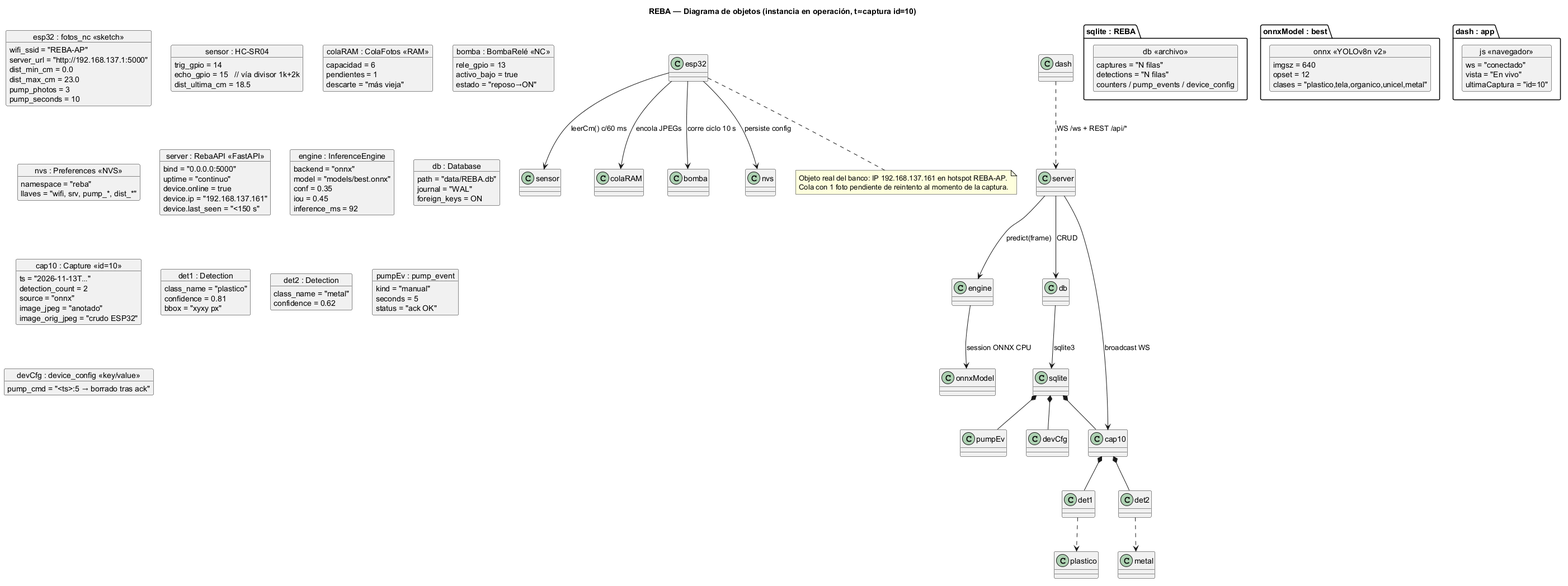
Earlier version of the PlantUML export docs/diagramas/uml/02_diagrama_objetos.png (SebasHdez2006/reba_project). The source it was exported from:
```plantuml
@startuml 02_diagrama_objetos
title REBA — Diagrama de objetos (instancia en operación, t≈captura id=10)

skinparam classAttributeIconSize 0

object "esp32 : fotos_nc «sketch»" {
  wifi_ssid = "REBA-AP"
  server_url = "http://192.168.137.1:5000"
  dist_min_cm = 0.0
  dist_max_cm = 23.0
  pump_photos = 3
  pump_seconds = 10
}
object "sensor : HC-SR04" {
  trig_gpio = 14
  echo_gpio = 15   // vía divisor 1k+2k
  dist_ultima_cm = 18.5
}
object "colaRAM : ColaFotos «RAM»" {
  capacidad = 6
  pendientes = 1
  descarte = "más vieja"
}
object "bomba : BombaRelé «NC»" {
  rele_gpio = 13
  activo_bajo = true
  estado = "reposo→ON"
}
object "nvs : Preferences «NVS»" {
  namespace = "reba"
  llaves = "wifi, srv, pump_*, dist_*"
}

esp32 --> sensor : leerCm() c/60 ms
esp32 --> colaRAM : encola JPEGs
esp32 --> bomba : corre ciclo 10 s
esp32 --> nvs : persiste config

object "server : RebaAPI «FastAPI»" {
  bind = "0.0.0.0:5000"
  uptime = "continuo"
  device.online = true
  device.ip = "192.168.137.161"
  device.last_seen = "<150 s"
}
object "engine : InferenceEngine" {
  backend = "onnx"
  model = "models/best.onnx"
  conf = 0.35
  iou = 0.45
  inference_ms = 92
}
object "db : Database" {
  path = "data/REBA.db"
  journal = "WAL"
  foreign_keys = ON
}
object "sqlite : REBA.db «archivo»" {
  captures = "N filas"
  detections = "N filas"
  counters / pump_events / device_config
}
object "onnxModel : best.onnx «YOLOv8n v2»" {
  imgsz = 640
  opset = 12
  clases = "plastico,tela,organico,unicel,metal"
}

server --> engine : predict(frame)
server --> db : CRUD
engine --> onnxModel : session ONNX CPU
db --> sqlite : sqlite3

object "cap10 : Capture «id=10»" {
  ts = "2026-11-13T…"
  detection_count = 2
  source = "onnx"
  image_jpeg = "anotado"
  image_orig_jpeg = "crudo ESP32"
}
object "det1 : Detection" {
  class_name = "plastico"
  confidence = 0.81
  bbox = "xyxy px"
}
object "det2 : Detection" {
  class_name = "metal"
  confidence = 0.62
}
object "pumpEv : pump_event" {
  kind = "manual"
  seconds = 5
  status = "ack OK"
}
object "devCfg : device_config «key/value»" {
  pump_cmd = "<ts>:5 → borrado tras ack"
}

cap10 *-- det1
cap10 *-- det2
det1 ..> "plastico"
det2 ..> "metal"
sqlite *-- cap10
sqlite *-- pumpEv
sqlite *-- devCfg
server --> cap10 : broadcast WS

object "dash : app.js «navegador»" {
  ws = "conectado"
  vista = "En vivo"
  ultimaCaptura = "id=10"
}
dash ..> server : WS /ws + REST /api/*

note bottom of esp32
  Objeto real del banco: IP 192.168.137.161 en hotspot REBA-AP.
  Cola con 1 foto pendiente de reintento al momento de la captura.
end note

@enduml
```
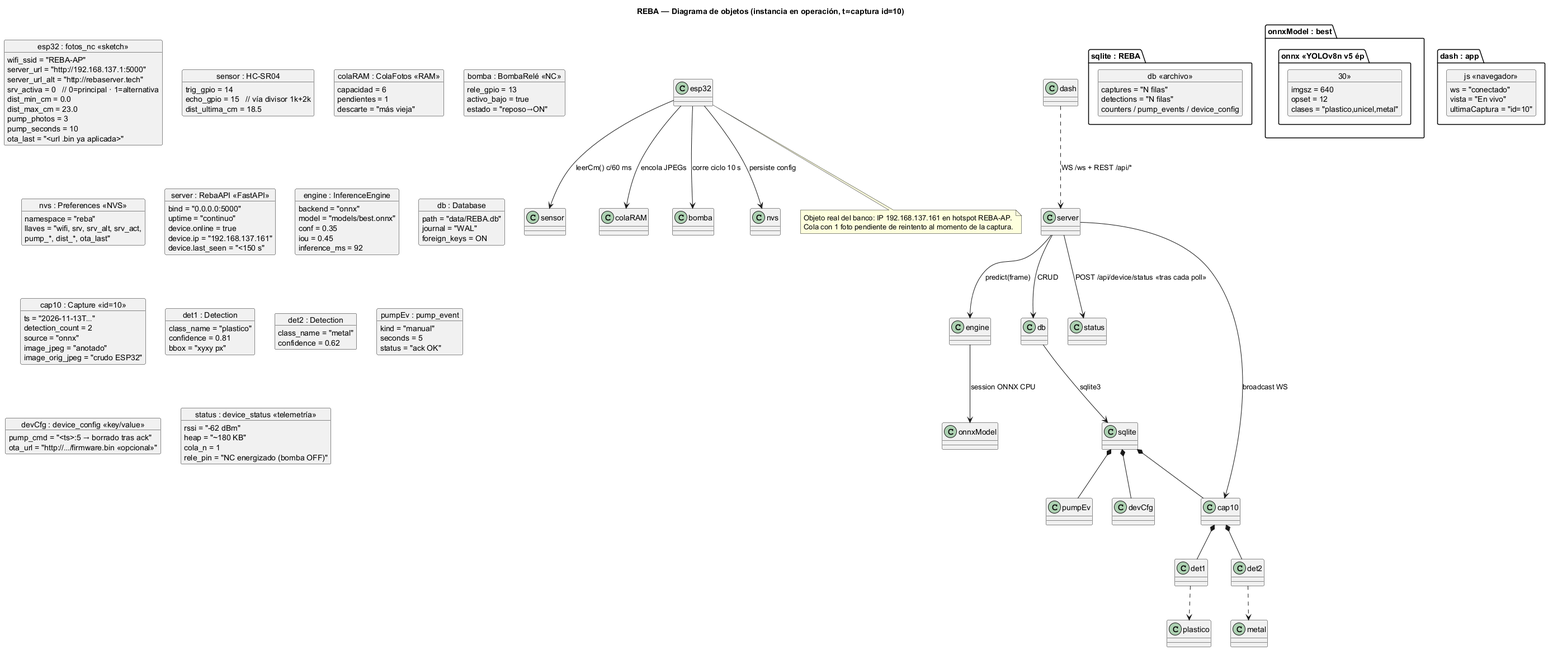
The same file after the commit.

The edit, as a diff of the source:
```diff
@@ -6,10 +6,13 @@
 object "esp32 : fotos_nc «sketch»" {
   wifi_ssid = "REBA-AP"
   server_url = "http://192.168.137.1:5000"
+  server_url_alt = "http://rebaserver.tech"
+  srv_activa = 0   // 0=principal · 1=alternativa
   dist_min_cm = 0.0
   dist_max_cm = 23.0
   pump_photos = 3
   pump_seconds = 10
+  ota_last = "<url .bin ya aplicada>"
 }
 object "sensor : HC-SR04" {
   trig_gpio = 14
@@ -28,7 +31,7 @@
 }
 object "nvs : Preferences «NVS»" {
   namespace = "reba"
-  llaves = "wifi, srv, pump_*, dist_*"
+  llaves = "wifi, srv, srv_alt, srv_act,\npump_*, dist_*, ota_last"
 }
 
 esp32 --> sensor : leerCm() c/60 ms
@@ -60,10 +63,10 @@
   detections = "N filas"
   counters / pump_events / device_config
 }
-object "onnxModel : best.onnx «YOLOv8n v2»" {
+object "onnxModel : best.onnx «YOLOv8n v5 ép.30»" {
   imgsz = 640
   opset = 12
-  clases = "plastico,tela,organico,unicel,metal"
+  clases = "plastico,unicel,metal"
 }
 
 server --> engine : predict(frame)
@@ -94,7 +97,15 @@
 }
 object "devCfg : device_config «key/value»" {
   pump_cmd = "<ts>:5 → borrado tras ack"
+  ota_url = "http://…/firmware.bin «opcional»"
 }
+object "status : device_status «telemetría»" {
+  rssi = "-62 dBm"
+  heap = "~180 KB"
+  cola_n = 1
+  rele_pin = "NC energizado (bomba OFF)"
+}
+server --> status : POST /api/device/status «tras cada poll»
 
 cap10 *-- det1
 cap10 *-- det2
```
